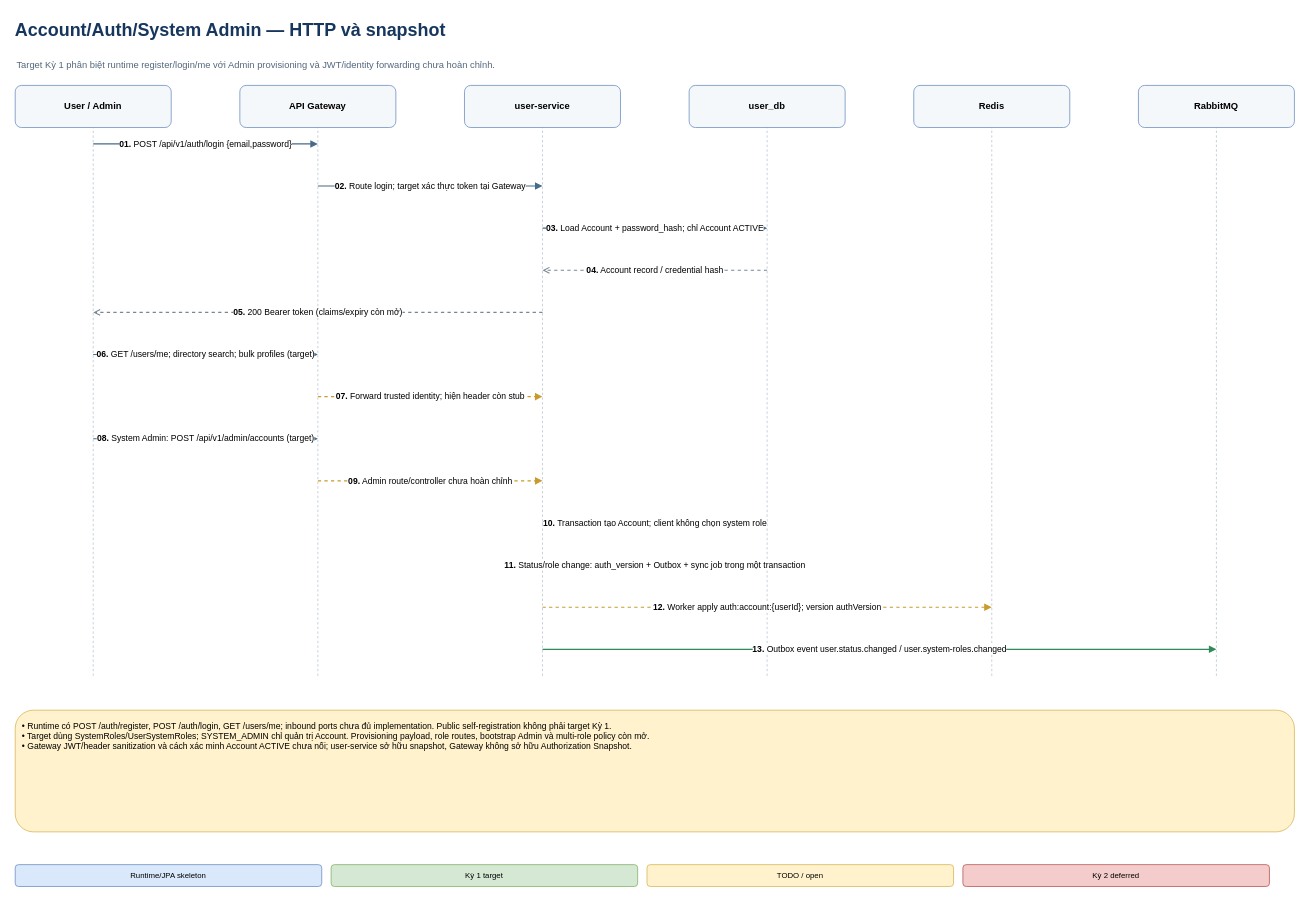
This is page "02 - Account Auth and system roles" (3 of 17) of docs/project/dev-platform-system-design.drawio from gekok/Dev-Platform, a draw.io file, before an edit. Source tidied: cells renumbered, new cells numbered last; positions are measured from the earlier drawing's top-left corner, leaving out a move shared by most shapes. Both pictures are drawn from the tidied source at 78%, with x=0, y=0 at pixel (13, 13).
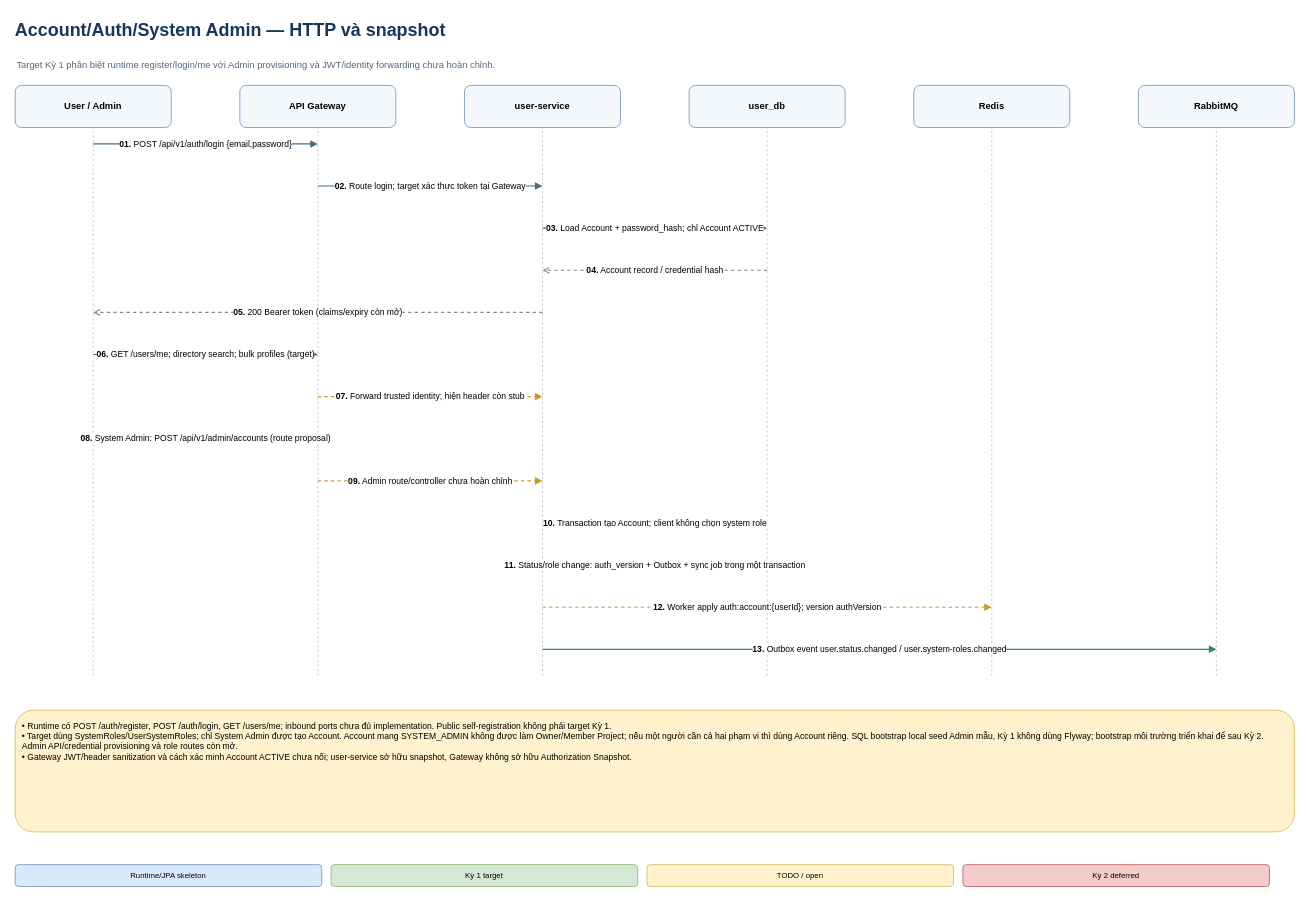
Above is the later version.

Commit message (it also covers changes not shown here):
docs: align issue #7 account policy

The edit, as a diff of the source:
```diff
@@
-    <mxCell id="15" value="&lt;b&gt;08.&lt;/b&gt; System Admin: POST /api/v1/admin/accounts (target)" style="edgeStyle=none;html=1;rounded=0;strokeColor=#456b8a;strokeWidth=1.4;endArrow=block;endFill=1;fontSize=11;labelBackgroundColor=#ffffff;align=center;verticalAlign=middle;" parent="1" edge="1">
+    <mxCell id="15" value="&lt;b&gt;08.&lt;/b&gt; System Admin: POST /api/v1/admin/accounts (route proposal)" style="edgeStyle=none;html=1;rounded=0;strokeColor=#456b8a;strokeWidth=1.4;endArrow=block;endFill=1;fontSize=11;labelBackgroundColor=#ffffff;align=center;verticalAlign=middle;" parent="1" edge="1">
       <mxGeometry relative="1" as="geometry">
         <mxPoint x="102" y="545" as="sourcePoint" />
         <mxPoint x="390" y="545" as="targetPoint" />
       </mxGeometry>
     </mxCell>
@@
-    <mxCell id="29" value="• Runtime có POST /auth/register, POST /auth/login, GET /users/me; inbound ports chưa đủ implementation. Public self-registration không phải target Kỳ 1.&lt;br/&gt;• Target dùng SystemRoles/UserSystemRoles; SYSTEM_ADMIN chỉ quản trị Account. Provisioning payload, role routes, bootstrap Admin và multi-role policy còn mở.&lt;br/&gt;• Gateway JWT/header sanitization và cách xác minh Account ACTIVE chưa nối; user-service sở hữu snapshot, Gateway không sở hữu Authorization Snapshot." style="rounded=1;whiteSpace=wrap;html=1;align=left;verticalAlign=top;spacing=9;fontSize=11;strokeColor=#d6b656;fillColor=#fff2cc;" parent="1" vertex="1">
+    <mxCell id="29" value="• Runtime có POST /auth/register, POST /auth/login, GET /users/me; inbound ports chưa đủ implementation. Public self-registration không phải target Kỳ 1.&lt;br/&gt;• Target dùng SystemRoles/UserSystemRoles; chỉ System Admin được tạo Account. Account mang SYSTEM_ADMIN không được làm Owner/Member Project; nếu một người cần cả hai phạm vi thì dùng Account riêng. SQL bootstrap local seed Admin mẫu, Kỳ 1 không dùng Flyway; bootstrap môi trường triển khai để sau Kỳ 2. Admin API/credential provisioning và role routes còn mở.&lt;br/&gt;• Gateway JWT/header sanitization và cách xác minh Account ACTIVE chưa nối; user-service sở hữu snapshot, Gateway không sở hữu Authorization Snapshot." style="rounded=1;whiteSpace=wrap;html=1;align=left;verticalAlign=top;spacing=9;fontSize=11;strokeColor=#d6b656;fillColor=#fff2cc;" parent="1" vertex="1">
       <mxGeometry x="2" y="893" width="1640" height="156" as="geometry" />
     </mxCell>
```
